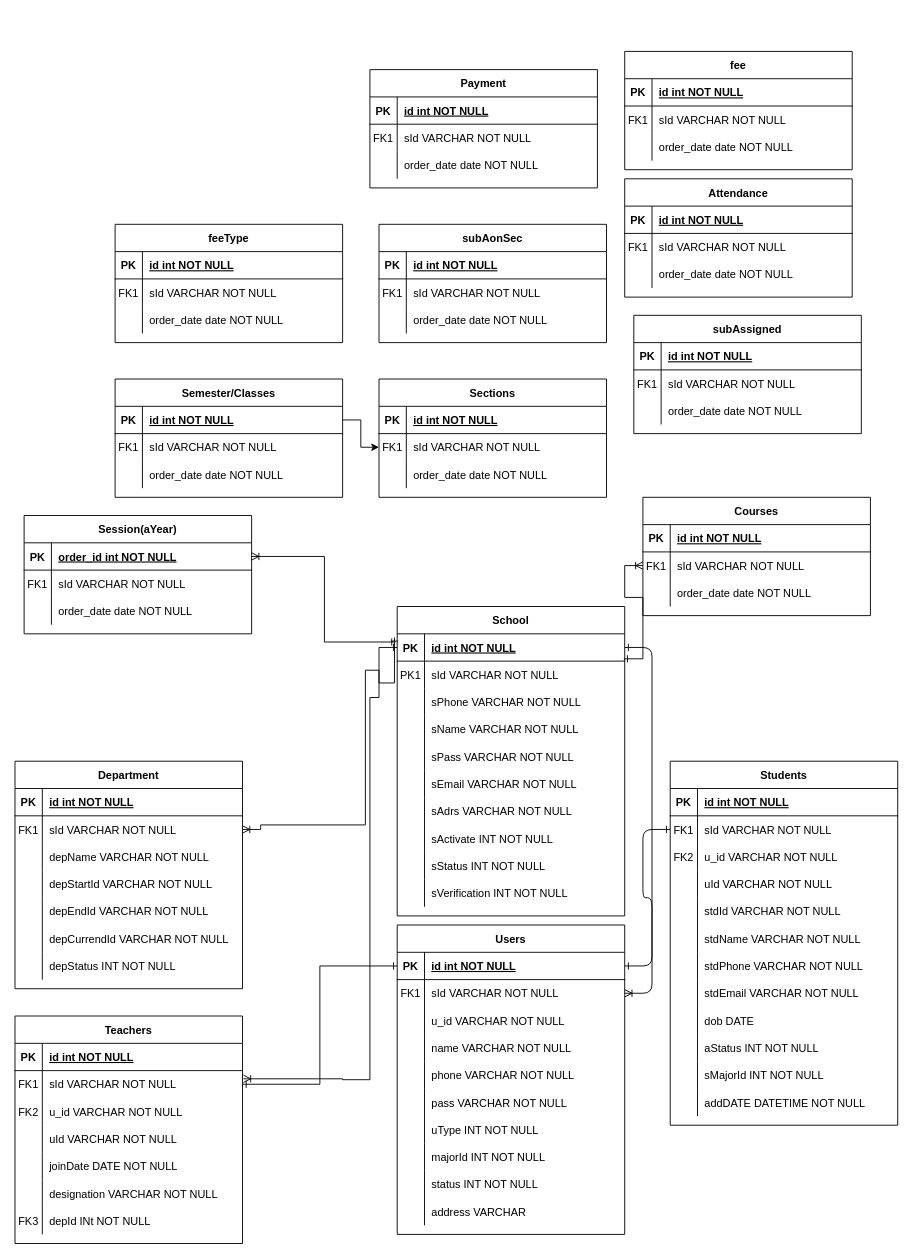
This is Untitled Diagram.drawio from FF-Practice/FF_0, a draw.io file, before an edit. Source tidied: cells renumbered, new cells numbered last; positions are measured from the earlier drawing's top-left corner, leaving out a move shared by most shapes. Both pictures are drawn from the tidied source at 91%, with x=0, y=0 at pixel (15, 51).
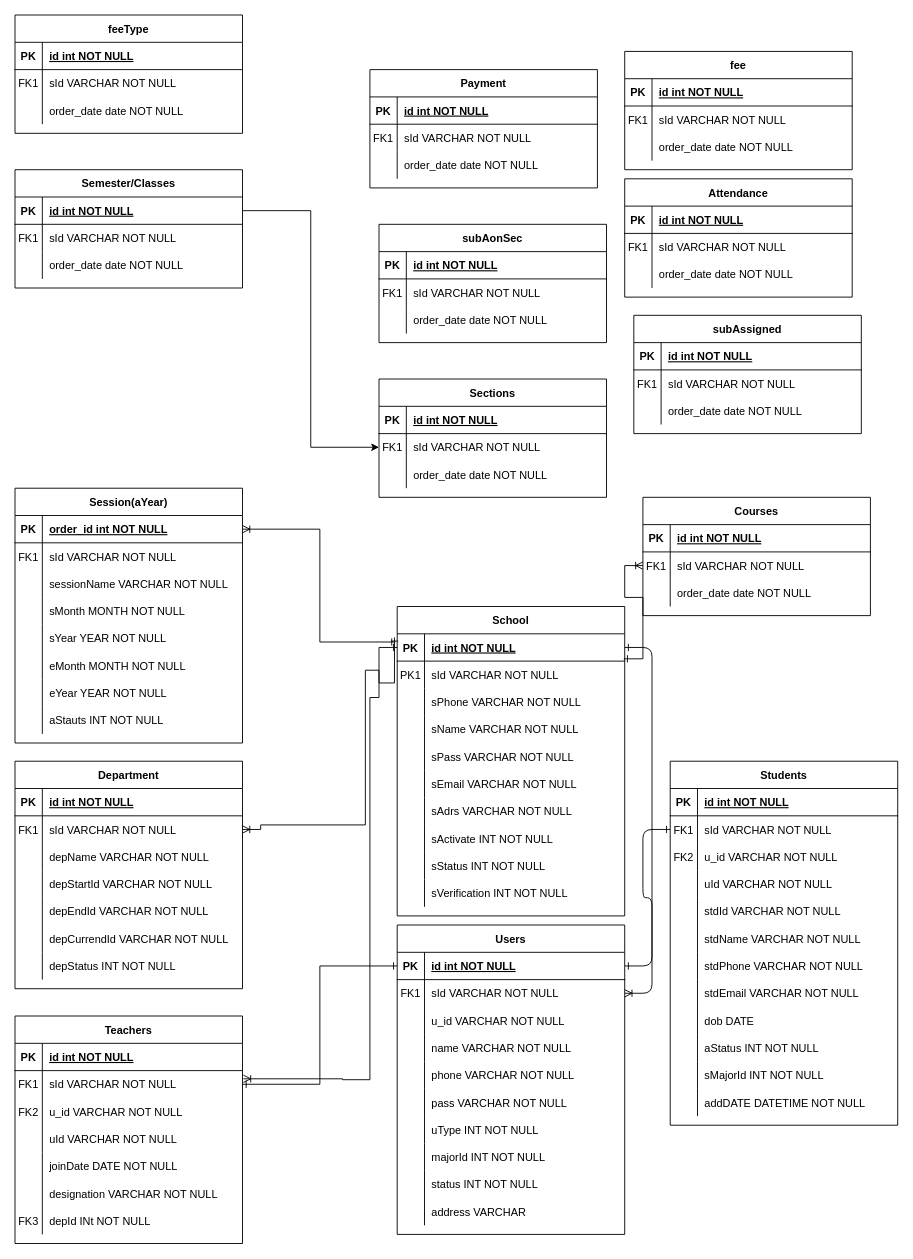
Above is the later version.

Unchanged cells that the change refers to:
```xml
<mxCell id="125" style="shape=partialRectangle;fillColor=none;top=0;left=0;right=0;bottom=0;" parent="118" vertex="1">
  <mxGeometry y="90" width="250" height="30" as="geometry" />
</mxCell>
```

The edit, as a diff of the source:
```diff
@@
     <mxCell id="118" value="Session(aYear)" style="shape=table;startSize=30;childLayout=tableLayout;rowLines=0;fontStyle=1;align=center;" parent="1" vertex="1">
-      <mxGeometry x="10" y="510" width="250" height="130" as="geometry" />
+      <mxGeometry y="480" width="250" height="280" as="geometry" />
     </mxCell>
@@
-    <mxCell id="127" value="order_date date NOT NULL" style="shape=partialRectangle;overflow=hidden;fillColor=none;top=0;left=0;bottom=0;right=0;align=left;spacingLeft=6;" parent="125" vertex="1">
+    <mxCell id="127" value="sessionName VARCHAR NOT NULL" style="shape=partialRectangle;overflow=hidden;fillColor=none;top=0;left=0;bottom=0;right=0;align=left;spacingLeft=6;" parent="125" vertex="1">
       <mxGeometry x="30" width="220" height="30" as="geometry" />
     </mxCell>
+    <mxCell id="253" style="shape=partialRectangle;fillColor=none;top=0;left=0;right=0;bottom=0;" parent="118" vertex="1">
+      <mxGeometry y="120" width="250" height="30" as="geometry" />
+    </mxCell>
+    <mxCell id="254" style="shape=partialRectangle;overflow=hidden;fillColor=none;top=0;left=0;bottom=0;right=0;" parent="253" vertex="1">
+      <mxGeometry width="30" height="30" as="geometry" />
+    </mxCell>
+    <mxCell id="255" value="sMonth MONTH NOT NULL" style="shape=partialRectangle;overflow=hidden;fillColor=none;top=0;left=0;bottom=0;right=0;align=left;spacingLeft=6;" parent="253" vertex="1">
+      <mxGeometry x="30" width="220" height="30" as="geometry" />
+    </mxCell>
+    <mxCell id="256" style="shape=partialRectangle;fillColor=none;top=0;left=0;right=0;bottom=0;" parent="118" vertex="1">
+      <mxGeometry y="150" width="250" height="30" as="geometry" />
+    </mxCell>
+    <mxCell id="257" style="shape=partialRectangle;overflow=hidden;fillColor=none;top=0;left=0;bottom=0;right=0;" parent="256" vertex="1">
+      <mxGeometry width="30" height="30" as="geometry" />
+    </mxCell>
+    <mxCell id="258" value="sYear YEAR NOT NULL" style="shape=partialRectangle;overflow=hidden;fillColor=none;top=0;left=0;bottom=0;right=0;align=left;spacingLeft=6;" parent="256" vertex="1">
+      <mxGeometry x="30" width="220" height="30" as="geometry" />
+    </mxCell>
+    <mxCell id="259" style="shape=partialRectangle;fillColor=none;top=0;left=0;right=0;bottom=0;" parent="118" vertex="1">
+      <mxGeometry y="180" width="250" height="30" as="geometry" />
+    </mxCell>
+    <mxCell id="260" style="shape=partialRectangle;overflow=hidden;fillColor=none;top=0;left=0;bottom=0;right=0;" parent="259" vertex="1">
+      <mxGeometry width="30" height="30" as="geometry" />
+    </mxCell>
+    <mxCell id="261" value="eMonth MONTH NOT NULL" style="shape=partialRectangle;overflow=hidden;fillColor=none;top=0;left=0;bottom=0;right=0;align=left;spacingLeft=6;" parent="259" vertex="1">
+      <mxGeometry x="30" width="220" height="30" as="geometry" />
+    </mxCell>
+    <mxCell id="262" style="shape=partialRectangle;fillColor=none;top=0;left=0;right=0;bottom=0;" parent="118" vertex="1">
+      <mxGeometry y="210" width="250" height="30" as="geometry" />
+    </mxCell>
+    <mxCell id="263" style="shape=partialRectangle;overflow=hidden;fillColor=none;top=0;left=0;bottom=0;right=0;" parent="262" vertex="1">
+      <mxGeometry width="30" height="30" as="geometry" />
+    </mxCell>
+    <mxCell id="264" value="eYear YEAR NOT NULL" style="shape=partialRectangle;overflow=hidden;fillColor=none;top=0;left=0;bottom=0;right=0;align=left;spacingLeft=6;" parent="262" vertex="1">
+      <mxGeometry x="30" width="220" height="30" as="geometry" />
+    </mxCell>
+    <mxCell id="265" style="shape=partialRectangle;fillColor=none;top=0;left=0;right=0;bottom=0;" parent="118" vertex="1">
+      <mxGeometry y="240" width="250" height="30" as="geometry" />
+    </mxCell>
+    <mxCell id="266" style="shape=partialRectangle;overflow=hidden;fillColor=none;top=0;left=0;bottom=0;right=0;" parent="265" vertex="1">
+      <mxGeometry width="30" height="30" as="geometry" />
+    </mxCell>
+    <mxCell id="267" value="aStauts INT NOT NULL" style="shape=partialRectangle;overflow=hidden;fillColor=none;top=0;left=0;bottom=0;right=0;align=left;spacingLeft=6;" parent="265" vertex="1">
+      <mxGeometry x="30" width="220" height="30" as="geometry" />
+    </mxCell>
@@
     <mxCell id="130" value="Semester/Classes" style="shape=table;startSize=30;childLayout=tableLayout;rowLines=0;fontStyle=1;align=center;" parent="1" vertex="1">
-      <mxGeometry x="110" y="360" width="250" height="130" as="geometry" />
+      <mxGeometry y="130" width="250" height="130" as="geometry" />
     </mxCell>
@@
     <mxCell id="210" value="feeType" style="shape=table;startSize=30;childLayout=tableLayout;rowLines=0;fontStyle=1;align=center;" parent="1" vertex="1">
-      <mxGeometry x="110" y="190" width="250" height="130" as="geometry" />
+      <mxGeometry y="-40" width="250" height="130" as="geometry" />
     </mxCell>
```
